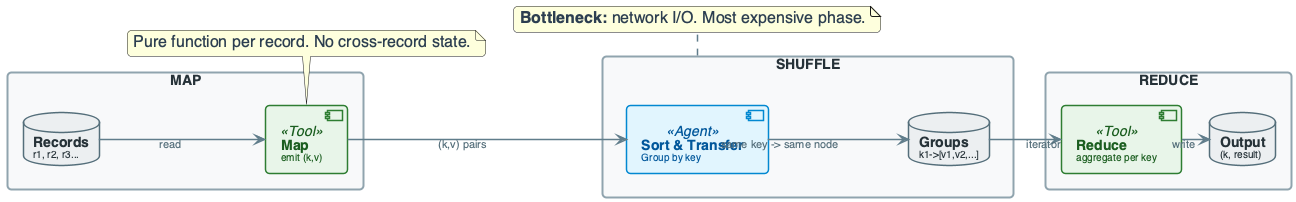
Before: diagrams/week06/week6_lecture_slide20_execution_flow.png, a diagram exported from PlantUML (OrPerets/data-engineering-course).
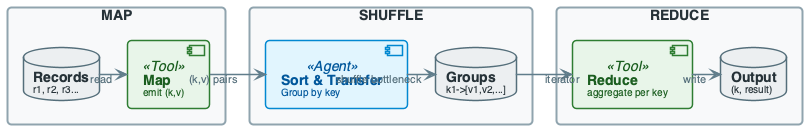
After the commit.

The edit, as a diff of the source:
```diff
@@ -135,11 +135,8 @@
 
 RECS --> MAP_FN : "read"
 MAP_FN --> SORT_XFER : "(k,v) pairs"
-SORT_XFER --> GROUPS : "same key -> same node"
+SORT_XFER --> GROUPS : "shuffle bottleneck"
 GROUPS --> RED : "iterator"
 RED --> OUT : "write"
 
-note bottom of MAP_FN : Pure function per record. No cross-record state.
-note bottom of SHUFFLE : **Bottleneck:** network I/O. Most expensive phase.
-
 @enduml
```
